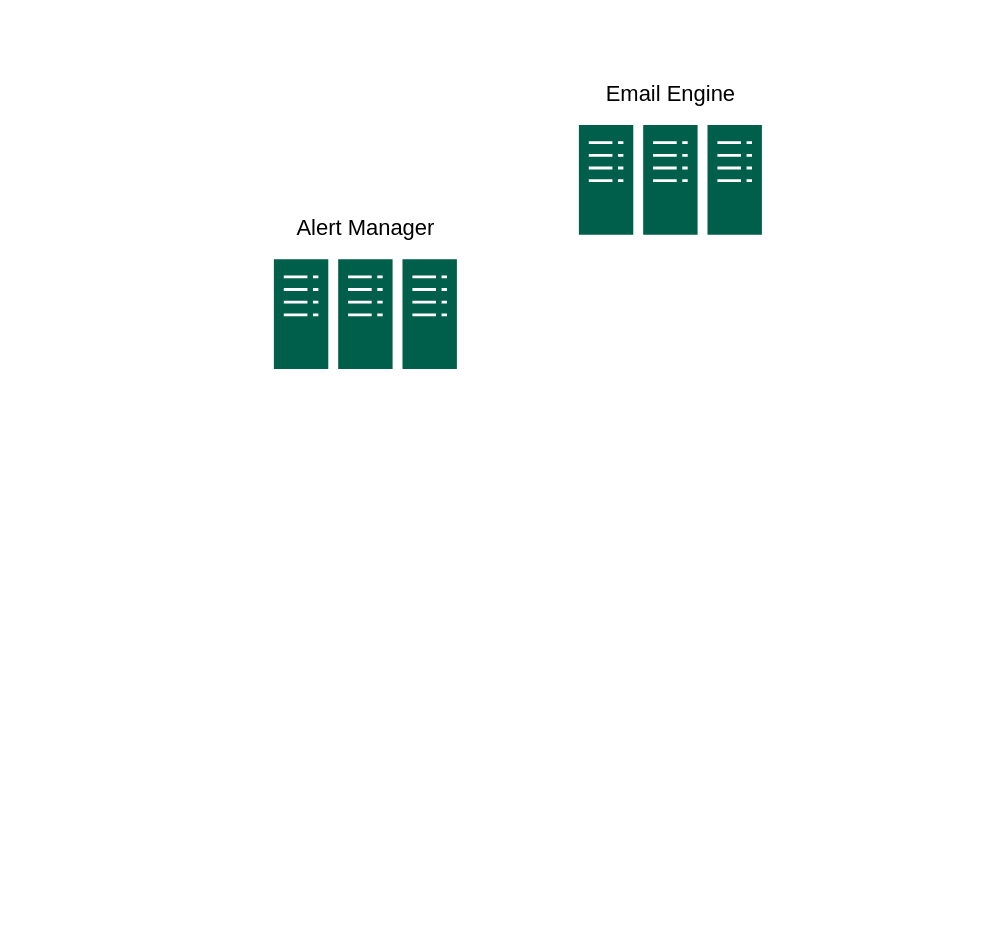
Above: src/main/resources/Untitled Diagram.drawio in Sreemanth/sample (draw.io), before the change. Source tidied: cells renumbered, new cells numbered last; positions are measured from the earlier drawing's top-left corner, leaving out a move shared by most shapes. Both pictures are drawn from the tidied source at 122%, with x=0, y=0 at pixel (273, 76).
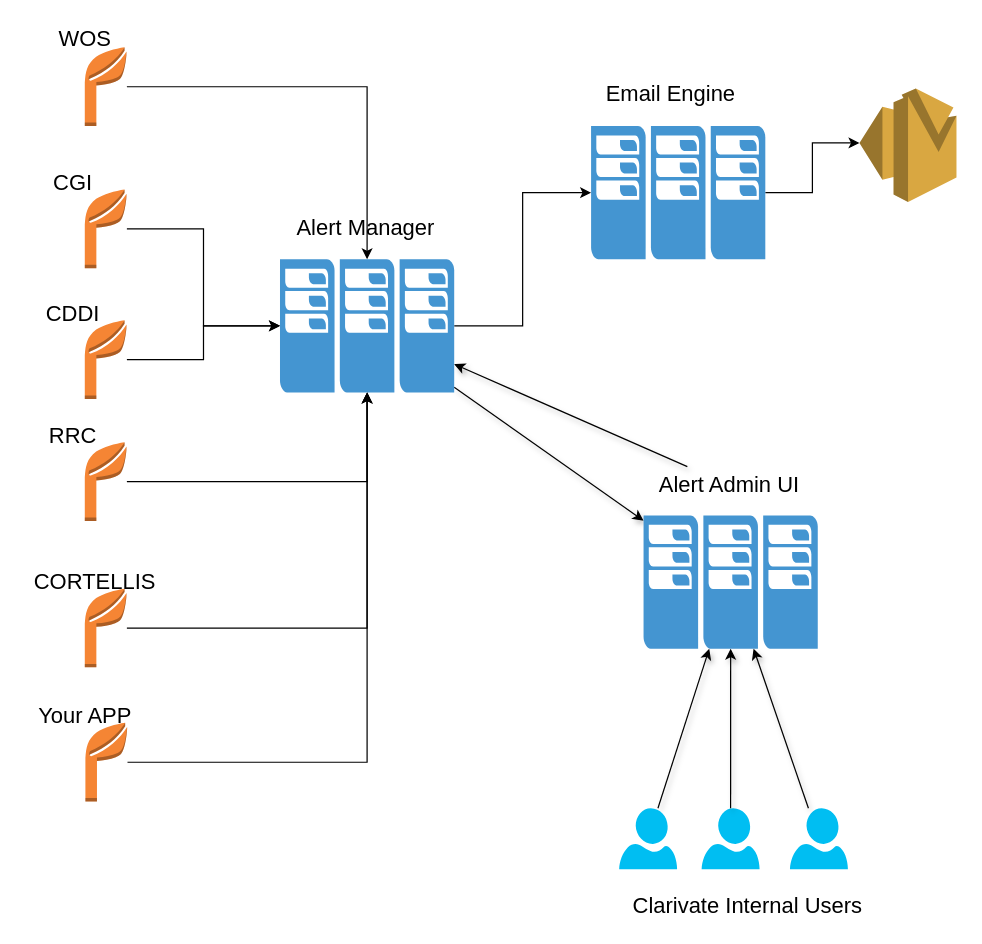
Above is the later version.

Diff of the diagram source:
```diff
@@
-    <mxCell id="2" style="sketch=0;shadow=0;dashed=0;html=1;strokeColor=none;fillColor=#005F4B;labelPosition=center;verticalLabelPosition=bottom;verticalAlign=top;align=center;shape=mxgraph.veeam2.server_cluster;" parent="1" vertex="1">
-      <mxGeometry y="150" width="150" height="90" as="geometry" />
-    </mxCell>
@@
-    <mxCell id="4" style="sketch=0;shadow=0;dashed=0;html=1;strokeColor=none;fillColor=#005F4B;labelPosition=center;verticalLabelPosition=bottom;verticalAlign=top;align=center;shape=mxgraph.veeam2.server_cluster;" parent="1" vertex="1">
-      <mxGeometry x="250" y="40" width="150" height="90" as="geometry" />
-    </mxCell>
@@
+    <mxCell id="6" style="edgeStyle=orthogonalEdgeStyle;rounded=0;jettySize=auto;html=1;fontSize=18;" parent="1" edge="1" source="8" target="10">
+      <mxGeometry relative="1" as="geometry" />
+    </mxCell>
+    <mxCell id="7" style="edgeStyle=none;rounded=0;jettySize=auto;html=1;shadow=1;fontSize=18;" parent="1" edge="1" source="8" target="30">
+      <mxGeometry relative="1" as="geometry" />
+    </mxCell>
+    <mxCell id="8" style="shadow=0;dashed=0;html=1;strokeColor=none;fillColor=#4495D1;labelPosition=center;verticalLabelPosition=bottom;verticalAlign=top;align=center;outlineConnect=0;shape=mxgraph.veeam.cluster;fontSize=18;" parent="1" vertex="1">
+      <mxGeometry x="5" y="150" width="142.8" height="109.2" as="geometry" />
+    </mxCell>
+    <mxCell id="9" style="edgeStyle=orthogonalEdgeStyle;rounded=0;jettySize=auto;html=1;entryX=0;entryY=0.48;entryDx=0;entryDy=0;entryPerimeter=0;fontSize=18;" parent="1" edge="1" source="10" target="11">
+      <mxGeometry relative="1" as="geometry" />
+    </mxCell>
+    <mxCell id="10" style="shadow=0;dashed=0;html=1;strokeColor=none;fillColor=#4495D1;labelPosition=center;verticalLabelPosition=bottom;verticalAlign=top;align=center;outlineConnect=0;shape=mxgraph.veeam.cluster;fontSize=18;" parent="1" vertex="1">
+      <mxGeometry x="260" y="40.8" width="142.8" height="109.2" as="geometry" />
+    </mxCell>
+    <mxCell id="11" style="outlineConnect=0;dashed=0;verticalLabelPosition=bottom;verticalAlign=top;align=center;html=1;shape=mxgraph.aws3.ses;fillColor=#D9A741;gradientColor=none;fontSize=18;strokeWidth=9;" parent="1" vertex="1">
+      <mxGeometry x="480" y="10" width="79.5" height="93" as="geometry" />
+    </mxCell>
+    <mxCell id="12" style="edgeStyle=orthogonalEdgeStyle;rounded=0;jettySize=auto;html=1;fontSize=18;" parent="1" edge="1" source="13" target="8">
+      <mxGeometry relative="1" as="geometry" />
+    </mxCell>
+    <mxCell id="13" style="outlineConnect=0;dashed=0;verticalLabelPosition=bottom;verticalAlign=top;align=center;html=1;shape=mxgraph.aws3.application;fillColor=#F58534;gradientColor=none;fontSize=18;strokeWidth=9;" parent="1" vertex="1">
+      <mxGeometry x="-155" y="-23.7" width="34.5" height="64.5" as="geometry" />
+    </mxCell>
+    <mxCell id="14" style="edgeStyle=orthogonalEdgeStyle;rounded=0;jettySize=auto;html=1;fontSize=18;" parent="1" edge="1" source="15" target="8">
+      <mxGeometry relative="1" as="geometry" />
+    </mxCell>
+    <mxCell id="15" style="outlineConnect=0;dashed=0;verticalLabelPosition=bottom;verticalAlign=top;align=center;html=1;shape=mxgraph.aws3.application;fillColor=#F58534;gradientColor=none;fontSize=18;strokeWidth=9;" parent="1" vertex="1">
+      <mxGeometry x="-155" y="420" width="34.5" height="64.5" as="geometry" />
+    </mxCell>
+    <mxCell id="16" style="edgeStyle=orthogonalEdgeStyle;rounded=0;jettySize=auto;html=1;fontSize=18;" parent="1" edge="1" source="17" target="8">
+      <mxGeometry relative="1" as="geometry" />
+    </mxCell>
+    <mxCell id="17" style="outlineConnect=0;dashed=0;verticalLabelPosition=bottom;verticalAlign=top;align=center;html=1;shape=mxgraph.aws3.application;fillColor=#F58534;gradientColor=none;fontSize=18;strokeWidth=9;" parent="1" vertex="1">
+      <mxGeometry x="-155" y="300" width="34.5" height="64.5" as="geometry" />
+    </mxCell>
+    <mxCell id="18" style="edgeStyle=orthogonalEdgeStyle;rounded=0;jettySize=auto;html=1;fontSize=18;" parent="1" edge="1" source="19" target="8">
+      <mxGeometry relative="1" as="geometry" />
+    </mxCell>
+    <mxCell id="19" style="outlineConnect=0;dashed=0;verticalLabelPosition=bottom;verticalAlign=top;align=center;html=1;shape=mxgraph.aws3.application;fillColor=#F58534;gradientColor=none;fontSize=18;strokeWidth=9;" parent="1" vertex="1">
+      <mxGeometry x="-155" y="200" width="34.5" height="64.5" as="geometry" />
+    </mxCell>
+    <mxCell id="20" style="edgeStyle=orthogonalEdgeStyle;rounded=0;jettySize=auto;html=1;fontSize=18;" parent="1" edge="1" source="21" target="8">
+      <mxGeometry relative="1" as="geometry" />
+    </mxCell>
+    <mxCell id="21" style="outlineConnect=0;dashed=0;verticalLabelPosition=bottom;verticalAlign=top;align=center;html=1;shape=mxgraph.aws3.application;fillColor=#F58534;gradientColor=none;fontSize=18;strokeWidth=9;" parent="1" vertex="1">
+      <mxGeometry x="-155" y="92.8" width="34.5" height="64.5" as="geometry" />
+    </mxCell>
+    <mxCell id="22" value="WOS" style="text;html=1;align=center;verticalAlign=middle;strokeColor=none;fillColor=none;fontSize=18;" parent="1" vertex="1">
+      <mxGeometry x="-190" y="-45" width="70" height="30" as="geometry" />
+    </mxCell>
+    <mxCell id="23" value="RRC" style="text;html=1;align=center;verticalAlign=middle;strokeColor=none;fillColor=none;fontSize=18;" parent="1" vertex="1">
+      <mxGeometry x="-195" y="280" width="60" height="30" as="geometry" />
+    </mxCell>
+    <mxCell id="24" value="CDDI" style="text;html=1;align=center;verticalAlign=middle;strokeColor=none;fillColor=none;fontSize=18;" parent="1" vertex="1">
+      <mxGeometry x="-200" y="180" width="70" height="30" as="geometry" />
+    </mxCell>
+    <mxCell id="25" value="CGI" style="text;html=1;align=center;verticalAlign=middle;strokeColor=none;fillColor=none;fontSize=18;" parent="1" vertex="1">
+      <mxGeometry x="-195" y="73" width="60" height="30" as="geometry" />
+    </mxCell>
+    <mxCell id="26" value="CORTELLIS" style="text;html=1;align=center;verticalAlign=middle;strokeColor=none;fillColor=none;fontSize=18;" parent="1" vertex="1">
+      <mxGeometry x="-207" y="400" width="120" height="30" as="geometry" />
+    </mxCell>
+    <mxCell id="27" style="edgeStyle=orthogonalEdgeStyle;rounded=0;jettySize=auto;html=1;fontSize=18;" parent="1" edge="1" source="28" target="8">
+      <mxGeometry relative="1" as="geometry" />
+    </mxCell>
+    <mxCell id="28" style="outlineConnect=0;dashed=0;verticalLabelPosition=bottom;verticalAlign=top;align=center;html=1;shape=mxgraph.aws3.application;fillColor=#F58534;gradientColor=none;fontSize=18;strokeWidth=9;" parent="1" vertex="1">
+      <mxGeometry x="-154.5" y="530" width="34.5" height="64.5" as="geometry" />
+    </mxCell>
+    <mxCell id="29" value="Your APP" style="text;html=1;align=center;verticalAlign=middle;strokeColor=none;fillColor=none;fontSize=18;" parent="1" vertex="1">
+      <mxGeometry x="-205" y="510" width="100" height="30" as="geometry" />
+    </mxCell>
+    <mxCell id="30" style="shadow=0;dashed=0;html=1;strokeColor=none;fillColor=#4495D1;labelPosition=center;verticalLabelPosition=bottom;verticalAlign=top;align=center;outlineConnect=0;shape=mxgraph.veeam.cluster;fontSize=18;" parent="1" vertex="1">
+      <mxGeometry x="303" y="360" width="142.8" height="109.2" as="geometry" />
+    </mxCell>
+    <mxCell id="31" style="edgeStyle=none;rounded=0;jettySize=auto;html=1;shadow=1;fontSize=18;" parent="1" edge="1" source="32" target="8">
+      <mxGeometry relative="1" as="geometry" />
+    </mxCell>
+    <mxCell id="32" value="Alert Admin UI" style="text;html=1;align=center;verticalAlign=middle;points=[];strokeColor=none;fillColor=none;arcSize=12;imageWidth=48;imageHeight=48;strokeWidth=9;fontSize=18;" parent="1" vertex="1">
+      <mxGeometry x="303" y="320" width="140" height="30" as="geometry" />
+    </mxCell>
+    <mxCell id="33" style="edgeStyle=none;rounded=0;jettySize=auto;html=1;shadow=1;fontSize=18;" parent="1" edge="1" source="34" target="30">
+      <mxGeometry relative="1" as="geometry" />
+    </mxCell>
+    <mxCell id="34" style="verticalLabelPosition=bottom;html=1;verticalAlign=top;align=center;strokeColor=none;fillColor=#00BEF2;shape=mxgraph.azure.user;fontSize=18;" parent="1" vertex="1">
+      <mxGeometry x="283" y="600" width="47.5" height="50" as="geometry" />
+    </mxCell>
+    <mxCell id="35" style="verticalLabelPosition=bottom;html=1;verticalAlign=top;align=center;strokeColor=none;fillColor=#00BEF2;shape=mxgraph.azure.user;fontSize=18;" parent="1" vertex="1">
+      <mxGeometry x="423" y="600" width="47.5" height="50" as="geometry" />
+    </mxCell>
+    <mxCell id="36" style="edgeStyle=none;rounded=0;jettySize=auto;html=1;shadow=1;fontSize=18;" parent="1" edge="1" source="35" target="30">
+      <mxGeometry relative="1" as="geometry" />
+    </mxCell>
+    <mxCell id="37" style="verticalLabelPosition=bottom;html=1;verticalAlign=top;align=center;strokeColor=none;fillColor=#00BEF2;shape=mxgraph.azure.user;fontSize=18;" parent="1" vertex="1">
+      <mxGeometry x="350.6" y="600" width="47.5" height="50" as="geometry" />
+    </mxCell>
+    <mxCell id="38" style="edgeStyle=none;rounded=0;jettySize=auto;html=1;shadow=1;fontSize=18;" parent="1" edge="1" source="37" target="30">
+      <mxGeometry relative="1" as="geometry" />
+    </mxCell>
+    <mxCell id="39" value="Clarivate Internal Users" style="text;html=1;align=center;verticalAlign=middle;strokeColor=none;fillColor=none;fontSize=18;" parent="1" vertex="1">
+      <mxGeometry x="283" y="665" width="210" height="30" as="geometry" />
+    </mxCell>
```
